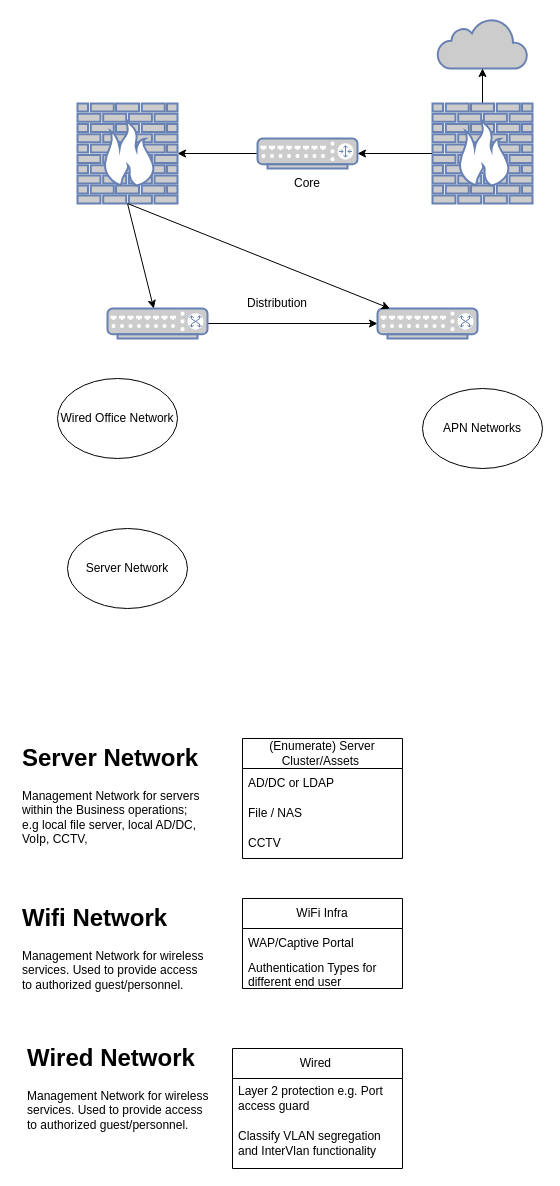
3v1lch0nkz/frenchgrills keeps this draw.io diagram as netdesign.drawio. Above is the earlier version. Source tidied: cells renumbered, new cells numbered last; positions are measured from the earlier drawing's top-left corner, leaving out a move shared by most shapes. Both pictures are drawn from the tidied source at 100%, with x=0, y=0 at pixel (17, 18).
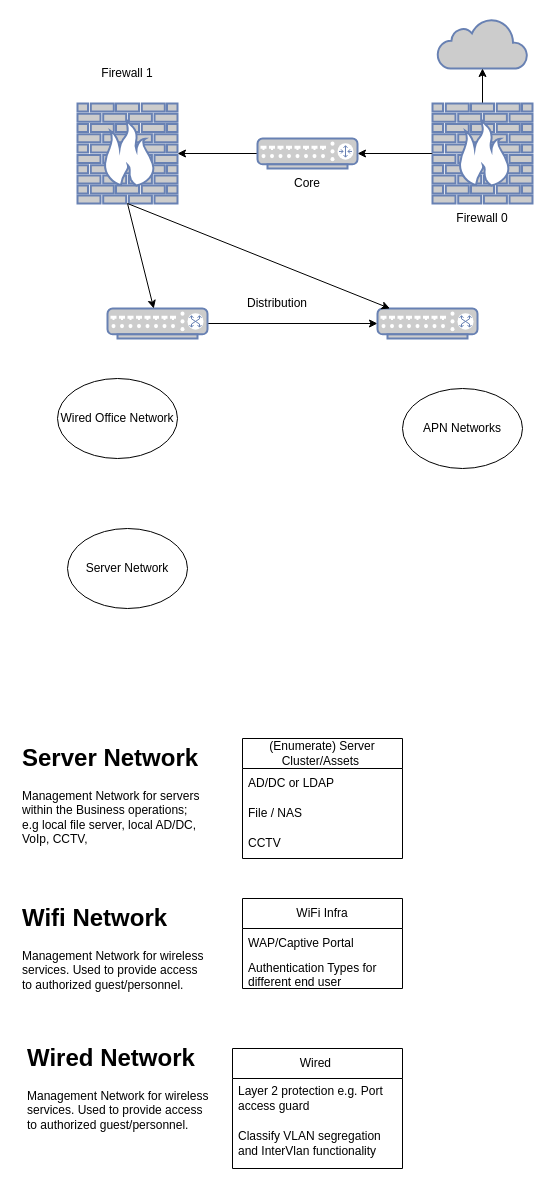
After the change.

Commit message:
Updated Topological Labels

The edit, as a diff of the source:
```diff
@@
     <mxCell id="16" value="APN Networks" style="ellipse;whiteSpace=wrap;html=1;" parent="1" vertex="1">
-      <mxGeometry x="405" y="370" width="120" height="80" as="geometry" />
+      <mxGeometry x="385" y="370" width="120" height="80" as="geometry" />
     </mxCell>
@@
+    <mxCell id="32" value="Firewall 1" style="text;html=1;strokeColor=none;fillColor=none;align=center;verticalAlign=middle;whiteSpace=wrap;rounded=0;" parent="1" vertex="1">
+      <mxGeometry x="80" y="40" width="60" height="30" as="geometry" />
+    </mxCell>
+    <mxCell id="33" value="Firewall 0" style="text;html=1;strokeColor=none;fillColor=none;align=center;verticalAlign=middle;whiteSpace=wrap;rounded=0;" parent="1" vertex="1">
+      <mxGeometry x="435" y="185" width="60" height="30" as="geometry" />
+    </mxCell>
```
